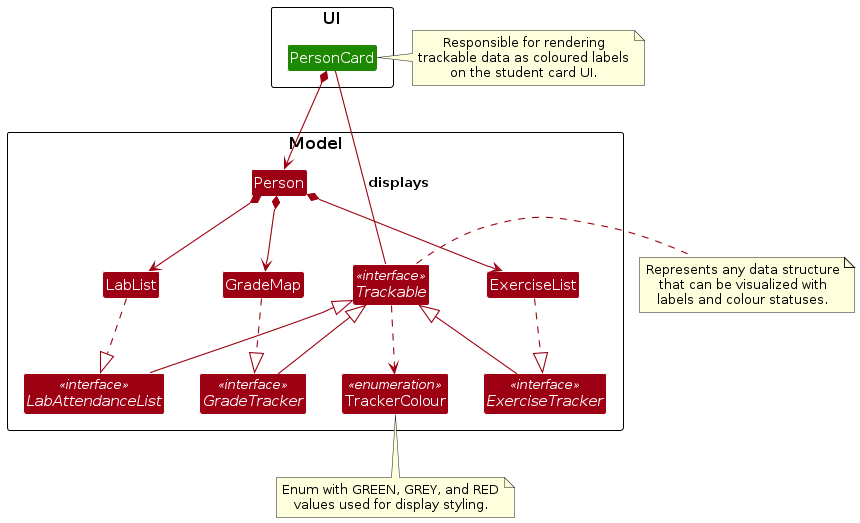
Above: diagrams/Trackable/TrackableClassDiagram.png in junhao4/tp (PlantUML), before the change. Its source is kept beside it as diagrams/Trackable/TrackableClassDiagram.puml. Its diagram source:
```plantuml
@startuml
!include ../style.puml
skinparam arrowThickness 1.1
skinparam arrowColor MODEL_COLOR
skinparam classBackgroundColor MODEL_COLOR

package UI as UIPackage {
    class PersonCard UI_COLOR
}

package Model as ModelPackage {
    interface Trackable <<interface>>
    interface GradeTracker <<interface>>
    interface ExerciseTracker <<interface>>
    interface LabAttendanceList <<interface>>

    enum TrackerColour <<enumeration>>
    class Person
    class ExerciseList
    class LabList
    class GradeMap
}

PersonCard *--> Person
PersonCard --- Trackable: displays

Trackable <|-- GradeTracker
Trackable <|-- ExerciseTracker
Trackable <|-- LabAttendanceList

GradeMap ..|> GradeTracker
ExerciseList ..|> ExerciseTracker
LabList ..|> LabAttendanceList

Person *--> ExerciseList
Person *--> LabList
Person *--> GradeMap
Trackable ..> TrackerColour

note right of Trackable
Represents any data structure
that can be visualized with
labels and colour statuses.
end note

note right of PersonCard
Responsible for rendering
trackable data as coloured labels
on the student card UI.
end note

note bottom of TrackerColour
Enum with GREEN, GREY, and RED
values used for display styling.
end note
@enduml
```
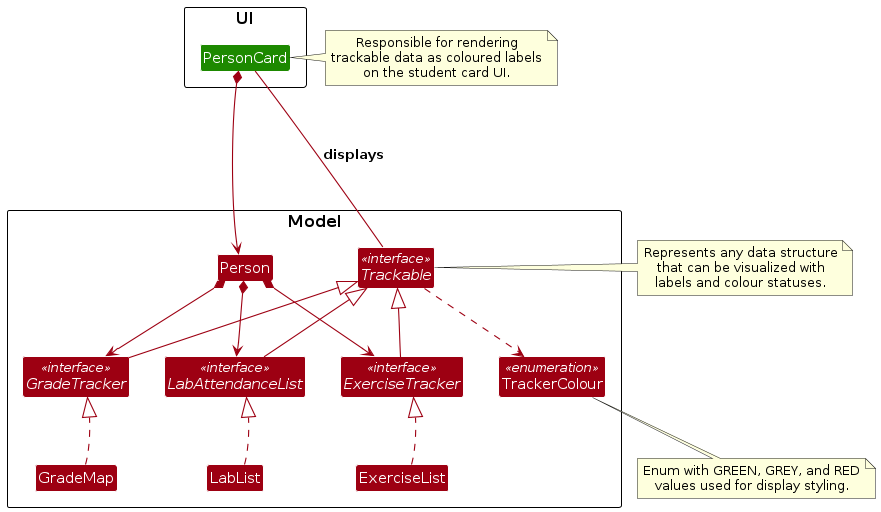
After the commit.

The edit, as a diff of the source:
```diff
@@ -9,12 +9,14 @@
 }
 
 package Model as ModelPackage {
+
     interface Trackable <<interface>>
     interface GradeTracker <<interface>>
     interface ExerciseTracker <<interface>>
     interface LabAttendanceList <<interface>>
 
     enum TrackerColour <<enumeration>>
+
     class Person
     class ExerciseList
     class LabList
@@ -32,9 +34,10 @@
 ExerciseList ..|> ExerciseTracker
 LabList ..|> LabAttendanceList
 
-Person *--> ExerciseList
-Person *--> LabList
-Person *--> GradeMap
+Person *--> GradeTracker
+Person *--> ExerciseTracker
+Person *--> LabAttendanceList
+
 Trackable ..> TrackerColour
 
 note right of Trackable
@@ -53,4 +56,10 @@
 Enum with GREEN, GREY, and RED
 values used for display styling.
 end note
+
+PersonCard -[hidden]down-> Person
+GradeTracker -[hidden]down-> GradeMap
+ExerciseTracker -[hidden]down-> ExerciseList
+LabAttendanceList -[hidden]down-> LabList
+
 @enduml
```
